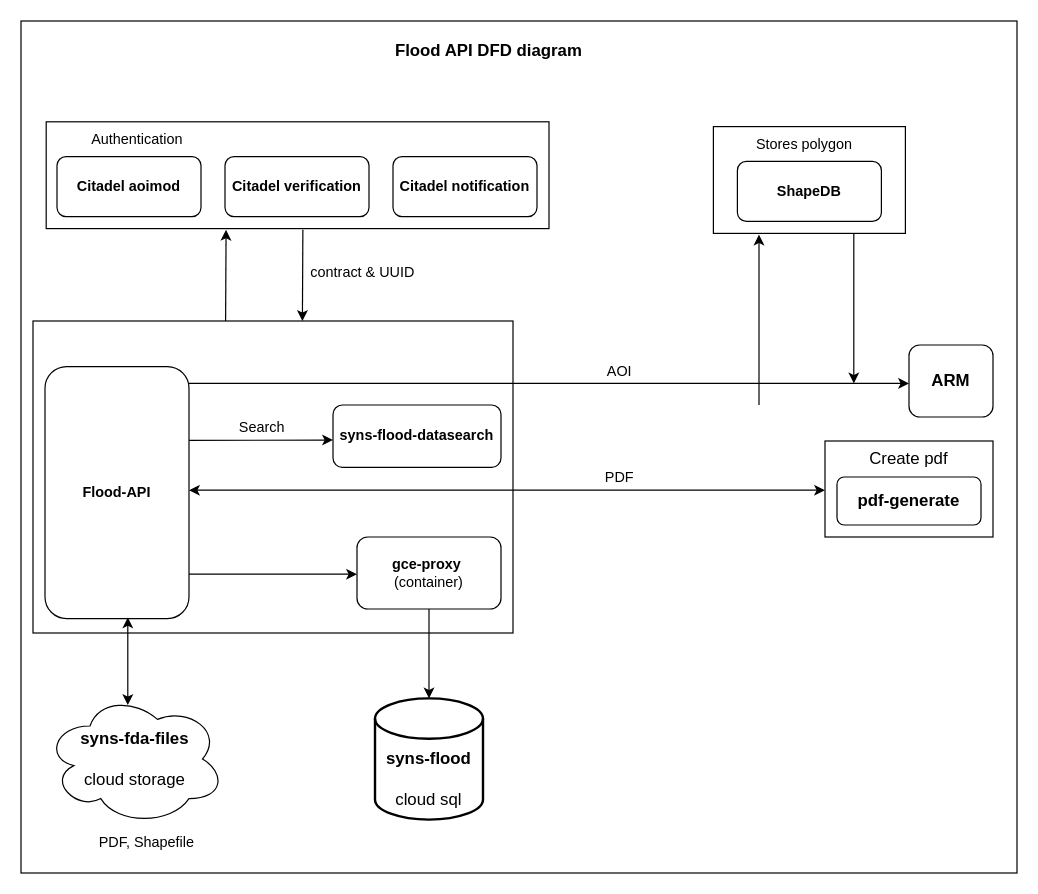
Before: fda.drawio in arif2009/diagram, a draw.io diagram. Source tidied: cells renumbered, new cells numbered last; positions are measured from the earlier drawing's top-left corner, leaving out a move shared by most shapes. Both pictures are drawn from the tidied source at 120%, with x=0, y=0 at pixel (20, 20).
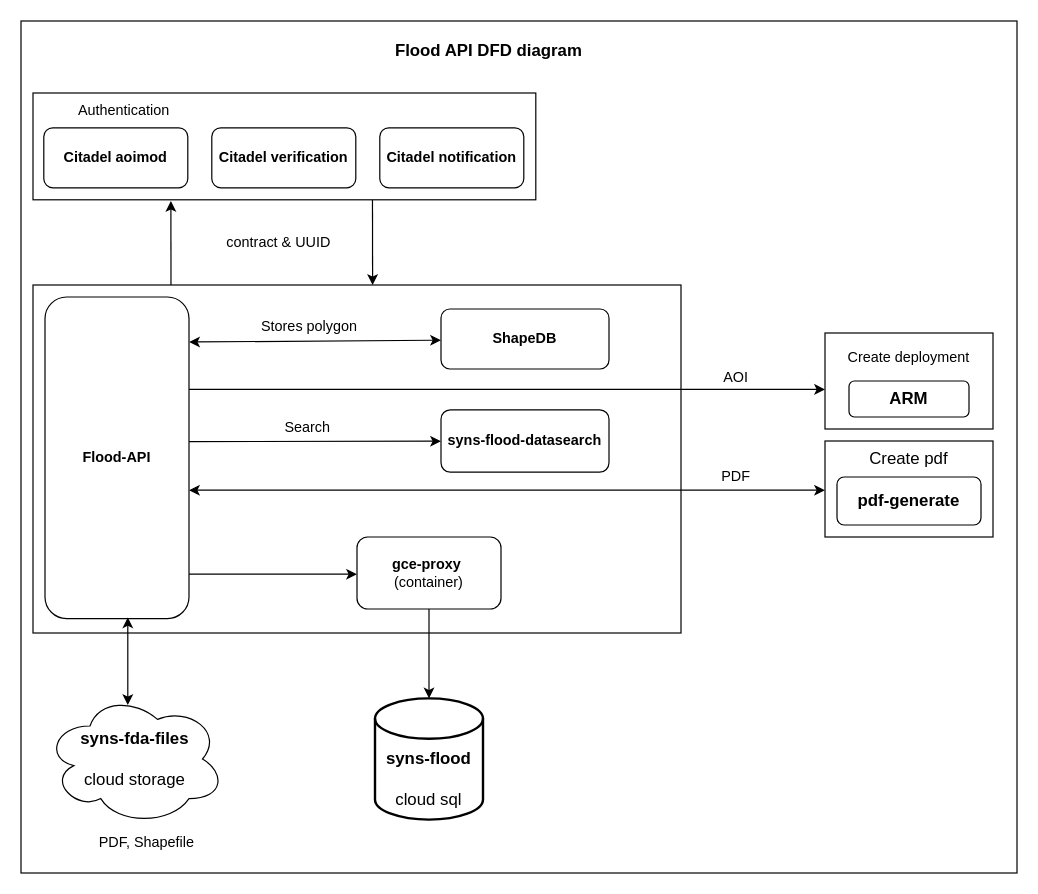
The same diagram, later.

Diff of the diagram source:
```diff
@@
     <mxCell id="4" style="rounded=0;whiteSpace=wrap;html=1;labelBackgroundColor=none;fontSize=14;" parent="1" vertex="1">
-      <mxGeometry x="10" y="250" width="400" height="260" as="geometry" />
+      <mxGeometry x="10" y="220" width="540" height="290" as="geometry" />
     </mxCell>
-    <mxCell id="5" value="ARM" style="rounded=1;whiteSpace=wrap;html=1;labelBackgroundColor=none;fontSize=14;fontStyle=1;" parent="1" vertex="1">
-      <mxGeometry x="740" y="270" width="70" height="60" as="geometry" />
-    </mxCell>
@@
     <mxCell id="12" style="endArrow=classic;html=1;rounded=0;entryX=0.113;entryY=1;entryDx=0;entryDy=0;entryPerimeter=0;" parent="1" edge="1">
       <mxGeometry relative="1" as="geometry">
-        <mxPoint x="170.5" y="250" as="sourcePoint" />
-        <mxPoint x="170.9" y="174" as="targetPoint" />
+        <mxPoint x="125" y="220" as="sourcePoint" />
+        <mxPoint x="124.9" y="150" as="targetPoint" />
       </mxGeometry>
     </mxCell>
-    <mxCell id="13" style="endArrow=classic;html=1;rounded=0;entryX=0.113;entryY=1;entryDx=0;entryDy=0;entryPerimeter=0;fontStyle=0;verticalAlign=middle;" parent="1" edge="1">
+    <mxCell id="13" style="endArrow=classic;html=1;rounded=0;fontStyle=0;verticalAlign=middle;" parent="1" edge="1">
       <mxGeometry relative="1" as="geometry">
-        <mxPoint x="234.9" y="174" as="sourcePoint" />
-        <mxPoint x="234.5" y="250" as="targetPoint" />
+        <mxPoint x="292.9" y="149" as="sourcePoint" />
+        <mxPoint x="293" y="220" as="targetPoint" />
       </mxGeometry>
     </mxCell>
     <mxCell id="14" value="contract &amp;amp; UUID" style="text;html=1;strokeColor=none;fillColor=none;align=center;verticalAlign=middle;whiteSpace=wrap;rounded=0;" parent="1" vertex="1">
-      <mxGeometry x="240" y="195" width="90" height="30" as="geometry" />
+      <mxGeometry x="170" y="170" width="90" height="30" as="geometry" />
     </mxCell>
     <mxCell id="15" style="endArrow=classic;html=1;rounded=0;verticalAlign=middle;" parent="1" edge="1">
       <mxGeometry relative="1" as="geometry">
-        <mxPoint x="140" y="302" as="sourcePoint" />
-        <mxPoint x="740" y="302" as="targetPoint" />
+        <mxPoint x="140" y="307" as="sourcePoint" />
+        <mxPoint x="670" y="307" as="targetPoint" />
       </mxGeometry>
     </mxCell>
     <mxCell id="16" value="AOI" style="text;html=1;strokeColor=none;fillColor=none;align=center;verticalAlign=middle;whiteSpace=wrap;rounded=0;" parent="1" vertex="1">
-      <mxGeometry x="469" y="277" width="60" height="30" as="geometry" />
+      <mxGeometry x="566" y="282" width="60" height="30" as="geometry" />
     </mxCell>
-    <mxCell id="17" style="endArrow=classic;html=1;rounded=0;verticalAlign=middle;" parent="1" edge="1">
-      <mxGeometry relative="1" as="geometry">
-        <mxPoint x="615" y="320" as="sourcePoint" />
-        <mxPoint x="615" y="178" as="targetPoint" />
-      </mxGeometry>
-    </mxCell>
-    <mxCell id="18" style="endArrow=classic;html=1;rounded=0;verticalAlign=middle;" parent="1" edge="1">
-      <mxGeometry relative="1" as="geometry">
-        <mxPoint x="694" y="160" as="sourcePoint" />
-        <mxPoint x="694" y="302" as="targetPoint" />
-      </mxGeometry>
-    </mxCell>
@@
     <mxCell id="20" value="PDF" style="text;html=1;strokeColor=none;fillColor=none;align=center;verticalAlign=middle;whiteSpace=wrap;rounded=0;" parent="1" vertex="1">
-      <mxGeometry x="469" y="366" width="60" height="30" as="geometry" />
+      <mxGeometry x="566" y="365" width="60" height="30" as="geometry" />
     </mxCell>
     <mxCell id="21" value="&lt;b&gt;Flood-API&lt;/b&gt;" style="rounded=1;whiteSpace=wrap;html=1;" parent="1" vertex="1">
-      <mxGeometry x="20" y="288" width="120" height="210" as="geometry" />
+      <mxGeometry x="20" y="230" width="120" height="268" as="geometry" />
     </mxCell>
@@
     <mxCell id="27" value="&lt;b&gt;syns-flood-datasearch&lt;/b&gt;" style="rounded=1;whiteSpace=wrap;html=1;" parent="1" vertex="1">
-      <mxGeometry x="260" y="320" width="140" height="52" as="geometry" />
+      <mxGeometry x="350" y="324" width="140" height="52" as="geometry" />
     </mxCell>
-    <mxCell id="28" style="endArrow=classic;html=1;rounded=0;verticalAlign=middle;exitX=1;exitY=0.25;exitDx=0;exitDy=0;" parent="1" edge="1">
+    <mxCell id="28" style="endArrow=classic;html=1;rounded=0;verticalAlign=middle;exitX=1;exitY=0.25;exitDx=0;exitDy=0;" parent="1" edge="1" target="27">
       <mxGeometry relative="1" as="geometry">
-        <mxPoint x="140" y="349.5" as="sourcePoint" />
-        <mxPoint x="260" y="349.2" as="targetPoint" />
+        <mxPoint x="140" y="350.5" as="sourcePoint" />
       </mxGeometry>
     </mxCell>
     <mxCell id="29" value="Search" style="text;html=1;strokeColor=none;fillColor=none;align=center;verticalAlign=middle;whiteSpace=wrap;rounded=0;" parent="1" vertex="1">
-      <mxGeometry x="171" y="324" width="60" height="30" as="geometry" />
+      <mxGeometry x="209" y="324" width="60" height="30" as="geometry" />
     </mxCell>
-    <mxCell id="30" style="group;" parent="1" vertex="1">
-      <mxGeometry x="577" y="88" width="160" height="89" as="geometry" />
-    </mxCell>
-    <mxCell id="31" style="rounded=0;whiteSpace=wrap;html=1;" parent="30" vertex="1">
-      <mxGeometry width="160" height="89" as="geometry" />
-    </mxCell>
-    <mxCell id="32" value="Stores polygon" style="text;html=1;strokeColor=none;fillColor=none;align=center;verticalAlign=middle;whiteSpace=wrap;rounded=0;" parent="30" vertex="1">
-      <mxGeometry x="1" width="150" height="30" as="geometry" />
-    </mxCell>
-    <mxCell id="33" value="ShapeDB" style="rounded=1;whiteSpace=wrap;html=1;fontStyle=1;" parent="30" vertex="1">
-      <mxGeometry x="20" y="29" width="120" height="50" as="geometry" />
-    </mxCell>
     <mxCell id="34" style="group;" parent="1" vertex="1">
-      <mxGeometry x="21" y="84" width="419" height="89" as="geometry" />
+      <mxGeometry x="10" y="60" width="419" height="89" as="geometry" />
     </mxCell>
@@
+    <mxCell id="32" value="Stores polygon" style="text;html=1;strokeColor=none;fillColor=none;align=center;verticalAlign=middle;whiteSpace=wrap;rounded=0;" parent="1" vertex="1">
+      <mxGeometry x="190" y="240" width="101" height="30" as="geometry" />
+    </mxCell>
+    <mxCell id="33" value="ShapeDB" style="rounded=1;whiteSpace=wrap;html=1;fontStyle=1;" parent="1" vertex="1">
+      <mxGeometry x="350" y="240" width="140" height="50" as="geometry" />
+    </mxCell>
+    <mxCell id="41" style="endArrow=classic;startArrow=classic;html=1;rounded=0;entryX=0;entryY=0.5;entryDx=0;entryDy=0;exitX=1.001;exitY=0.14;exitDx=0;exitDy=0;exitPerimeter=0;" parent="1" edge="1">
+      <mxGeometry relative="1" as="geometry">
+        <mxPoint x="140.1" y="267.5" as="sourcePoint" />
+        <mxPoint x="350" y="266" as="targetPoint" />
+      </mxGeometry>
+    </mxCell>
+    <mxCell id="42" style="whiteSpace=wrap;html=1;rounded=0;" parent="1" vertex="1">
+      <mxGeometry x="670" y="260" width="140" height="80" as="geometry" />
+    </mxCell>
+    <mxCell id="5" value="&lt;span style=&quot;font-size: 14px; font-weight: 700;&quot;&gt;ARM&lt;/span&gt;" style="rounded=1;whiteSpace=wrap;html=1;" parent="1" vertex="1">
+      <mxGeometry x="690" y="300" width="100" height="30" as="geometry" />
+    </mxCell>
+    <mxCell id="43" value="Create deployment" style="text;html=1;strokeColor=none;fillColor=none;align=center;verticalAlign=middle;whiteSpace=wrap;rounded=0;" parent="1" vertex="1">
+      <mxGeometry x="680" y="271" width="120" height="20" as="geometry" />
+    </mxCell>
```
